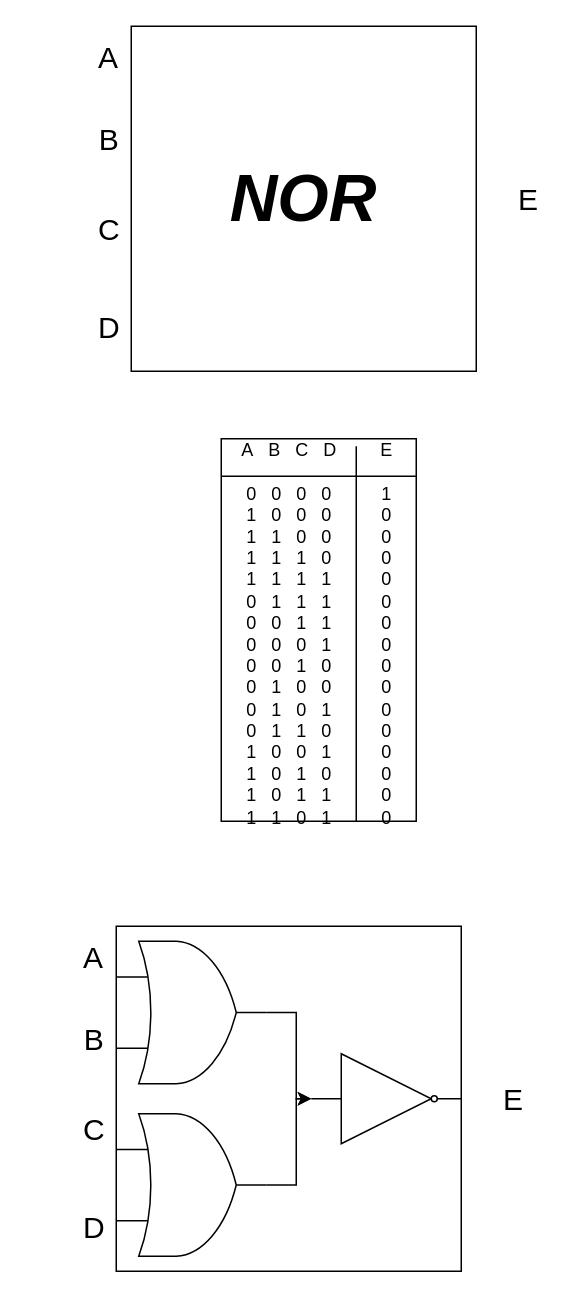
Before: task.drawio in patrick965/CSCS1200S21, a draw.io diagram. Source tidied: cells renumbered, new cells numbered last; positions are measured from the earlier drawing's top-left corner, leaving out a move shared by most shapes. Both pictures are drawn from the tidied source at 150%, with x=0, y=0 at pixel (63, 26).
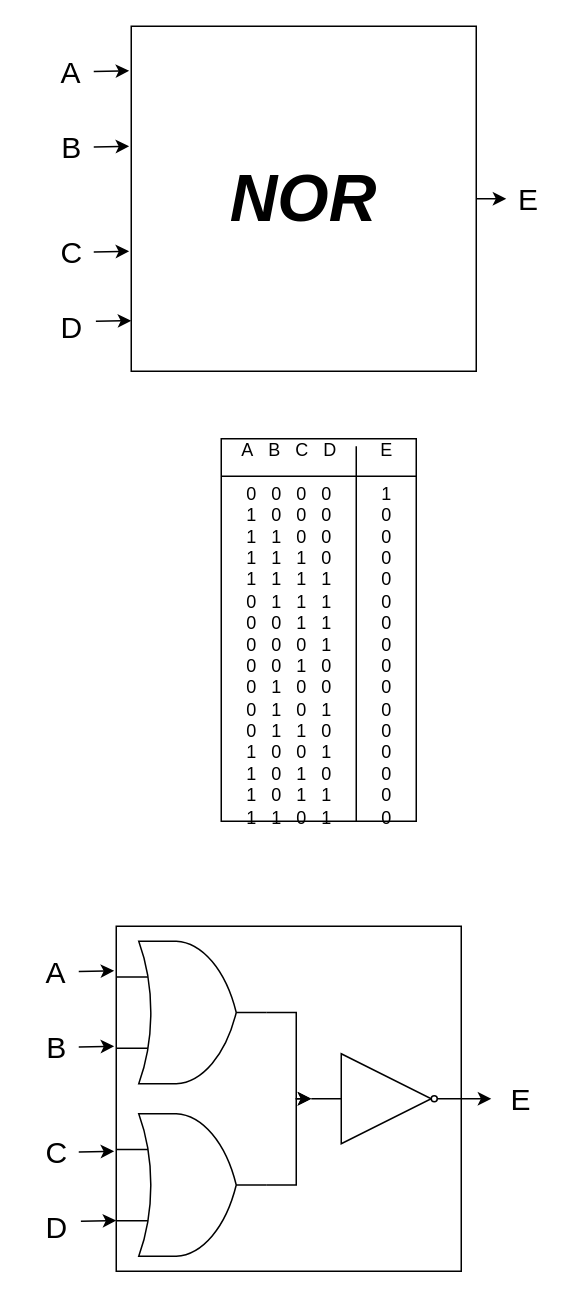
After the change.

Commit message:
Updated with arrows to indicate input and output

The change refers to these unchanged cells:
```xml
<mxCell id="2" style="whiteSpace=wrap;html=1;" parent="1" vertex="1">
  <mxGeometry x="45" width="230" height="230" as="geometry" />
</mxCell>
<mxCell id="14" style="whiteSpace=wrap;html=1;" parent="1" vertex="1">
  <mxGeometry x="35" y="600" width="230" height="230" as="geometry" />
</mxCell>
<mxCell id="23" style="verticalLabelPosition=bottom;shadow=0;dashed=0;align=center;html=1;verticalAlign=top;shape=mxgraph.electrical.logic_gates.logic_gate;operation=or;fillColor=#ffffff;" parent="1" vertex="1">
  <mxGeometry x="35" y="725" width="100" height="95" as="geometry" />
</mxCell>
```

What changed in the source:
```diff
@@
-    <mxCell id="4" value="&lt;font style=&quot;font-size: 20px&quot;&gt;A&lt;/font&gt;" style="text;html=1;strokeColor=none;fillColor=none;align=center;verticalAlign=middle;whiteSpace=wrap;rounded=0;" parent="1" vertex="1">
-      <mxGeometry x="10" y="10" width="40" height="20" as="geometry" />
-    </mxCell>
-    <mxCell id="5" value="&lt;font style=&quot;font-size: 20px&quot;&gt;B&lt;/font&gt;" style="text;html=1;align=center;verticalAlign=middle;" parent="1" vertex="1">
-      <mxGeometry x="15" y="65" width="30" height="20" as="geometry" />
-    </mxCell>
-    <mxCell id="6" value="&lt;font style=&quot;font-size: 20px&quot;&gt;C&lt;/font&gt;" style="text;html=1;align=center;verticalAlign=middle;" parent="1" vertex="1">
-      <mxGeometry x="15" y="125" width="30" height="20" as="geometry" />
-    </mxCell>
-    <mxCell id="7" value="&lt;font style=&quot;font-size: 20px&quot;&gt;D&lt;/font&gt;" style="text;html=1;align=center;verticalAlign=middle;points=[];" parent="1" vertex="1">
-      <mxGeometry x="15" y="190" width="30" height="20" as="geometry" />
-    </mxCell>
@@
     <mxCell id="15" value="&lt;font style=&quot;font-size: 20px&quot;&gt;A&lt;/font&gt;" style="text;html=1;strokeColor=none;fillColor=none;align=center;verticalAlign=middle;whiteSpace=wrap;rounded=0;" parent="1" vertex="1">
-      <mxGeometry y="610" width="40" height="20" as="geometry" />
+      <mxGeometry x="-25" y="620" width="40" height="20" as="geometry" />
     </mxCell>
     <mxCell id="16" value="&lt;font style=&quot;font-size: 20px&quot;&gt;B&lt;/font&gt;" style="text;html=1;align=center;verticalAlign=middle;" parent="1" vertex="1">
-      <mxGeometry x="5" y="665" width="30" height="20" as="geometry" />
+      <mxGeometry x="-20" y="670" width="30" height="20" as="geometry" />
     </mxCell>
     <mxCell id="17" value="&lt;font style=&quot;font-size: 20px&quot;&gt;C&lt;/font&gt;" style="text;html=1;align=center;verticalAlign=middle;" parent="1" vertex="1">
-      <mxGeometry x="5" y="725" width="30" height="20" as="geometry" />
+      <mxGeometry x="-20" y="740" width="30" height="20" as="geometry" />
     </mxCell>
     <mxCell id="18" value="&lt;font style=&quot;font-size: 20px&quot;&gt;D&lt;/font&gt;" style="text;html=1;align=center;verticalAlign=middle;points=[];" parent="1" vertex="1">
-      <mxGeometry x="5" y="790" width="30" height="20" as="geometry" />
+      <mxGeometry x="-20" y="790" width="30" height="20" as="geometry" />
     </mxCell>
     <mxCell id="19" value="&lt;font style=&quot;font-size: 20px&quot;&gt;E&lt;/font&gt;" style="text;html=1;strokeColor=none;fillColor=none;align=center;verticalAlign=middle;whiteSpace=wrap;rounded=0;" parent="1" vertex="1">
-      <mxGeometry x="280" y="705" width="40" height="20" as="geometry" />
+      <mxGeometry x="285" y="705" width="40" height="20" as="geometry" />
     </mxCell>
@@
+    <mxCell id="25" style="endArrow=classic;html=1;exitX=1.048;exitY=0.336;exitDx=0;exitDy=0;exitPerimeter=0;entryX=0;entryY=0.75;entryDx=0;entryDy=0;entryPerimeter=0;" parent="1" edge="1" source="18" target="23">
+      <mxGeometry relative="1" as="geometry" />
+    </mxCell>
+    <mxCell id="26" style="endArrow=classic;html=1;exitX=1.048;exitY=0.336;exitDx=0;exitDy=0;exitPerimeter=0;entryX=0;entryY=0.75;entryDx=0;entryDy=0;entryPerimeter=0;" parent="1" edge="1">
+      <mxGeometry relative="1" as="geometry">
+        <mxPoint x="10" y="750.5" as="sourcePoint" />
+        <mxPoint x="33.6" y="750" as="targetPoint" />
+      </mxGeometry>
+    </mxCell>
+    <mxCell id="27" style="endArrow=classic;html=1;exitX=1.048;exitY=0.336;exitDx=0;exitDy=0;exitPerimeter=0;entryX=0;entryY=0.75;entryDx=0;entryDy=0;entryPerimeter=0;" parent="1" edge="1">
+      <mxGeometry relative="1" as="geometry">
+        <mxPoint x="10" y="680.5" as="sourcePoint" />
+        <mxPoint x="33.6" y="680" as="targetPoint" />
+      </mxGeometry>
+    </mxCell>
+    <mxCell id="28" style="endArrow=classic;html=1;exitX=1.048;exitY=0.336;exitDx=0;exitDy=0;exitPerimeter=0;entryX=0;entryY=0.75;entryDx=0;entryDy=0;entryPerimeter=0;" parent="1" edge="1">
+      <mxGeometry relative="1" as="geometry">
+        <mxPoint x="10" y="630.2" as="sourcePoint" />
+        <mxPoint x="33.6" y="629.7" as="targetPoint" />
+      </mxGeometry>
+    </mxCell>
+    <mxCell id="4" value="&lt;font style=&quot;font-size: 20px&quot;&gt;A&lt;/font&gt;" style="text;html=1;strokeColor=none;fillColor=none;align=center;verticalAlign=middle;whiteSpace=wrap;rounded=0;" parent="1" vertex="1">
+      <mxGeometry x="-15" y="20" width="40" height="20" as="geometry" />
+    </mxCell>
+    <mxCell id="5" value="&lt;font style=&quot;font-size: 20px&quot;&gt;B&lt;/font&gt;" style="text;html=1;align=center;verticalAlign=middle;" parent="1" vertex="1">
+      <mxGeometry x="-10" y="70" width="30" height="20" as="geometry" />
+    </mxCell>
+    <mxCell id="6" value="&lt;font style=&quot;font-size: 20px&quot;&gt;C&lt;/font&gt;" style="text;html=1;align=center;verticalAlign=middle;" parent="1" vertex="1">
+      <mxGeometry x="-10" y="140" width="30" height="20" as="geometry" />
+    </mxCell>
+    <mxCell id="7" value="&lt;font style=&quot;font-size: 20px&quot;&gt;D&lt;/font&gt;" style="text;html=1;align=center;verticalAlign=middle;points=[];" parent="1" vertex="1">
+      <mxGeometry x="-10" y="190" width="30" height="20" as="geometry" />
+    </mxCell>
+    <mxCell id="29" style="endArrow=classic;html=1;exitX=1.048;exitY=0.336;exitDx=0;exitDy=0;exitPerimeter=0;entryX=0;entryY=0.75;entryDx=0;entryDy=0;entryPerimeter=0;" parent="1" edge="1" source="7">
+      <mxGeometry relative="1" as="geometry">
+        <mxPoint x="45" y="196.3" as="targetPoint" />
+      </mxGeometry>
+    </mxCell>
+    <mxCell id="30" style="endArrow=classic;html=1;exitX=1.048;exitY=0.336;exitDx=0;exitDy=0;exitPerimeter=0;entryX=0;entryY=0.75;entryDx=0;entryDy=0;entryPerimeter=0;" parent="1" edge="1">
+      <mxGeometry relative="1" as="geometry">
+        <mxPoint x="20" y="150.5" as="sourcePoint" />
+        <mxPoint x="43.6" y="150" as="targetPoint" />
+      </mxGeometry>
+    </mxCell>
+    <mxCell id="31" style="endArrow=classic;html=1;exitX=1.048;exitY=0.336;exitDx=0;exitDy=0;exitPerimeter=0;entryX=0;entryY=0.75;entryDx=0;entryDy=0;entryPerimeter=0;" parent="1" edge="1">
+      <mxGeometry relative="1" as="geometry">
+        <mxPoint x="20" y="80.5" as="sourcePoint" />
+        <mxPoint x="43.6" y="80" as="targetPoint" />
+      </mxGeometry>
+    </mxCell>
+    <mxCell id="32" style="endArrow=classic;html=1;exitX=1.048;exitY=0.336;exitDx=0;exitDy=0;exitPerimeter=0;entryX=0;entryY=0.75;entryDx=0;entryDy=0;entryPerimeter=0;" parent="1" edge="1">
+      <mxGeometry relative="1" as="geometry">
+        <mxPoint x="20" y="30.2" as="sourcePoint" />
+        <mxPoint x="43.6" y="29.7" as="targetPoint" />
+      </mxGeometry>
+    </mxCell>
+    <mxCell id="33" style="endArrow=classic;html=1;exitX=1;exitY=0.5;exitDx=0;exitDy=0;" parent="1" edge="1" source="14" target="19">
+      <mxGeometry relative="1" as="geometry" />
+    </mxCell>
+    <mxCell id="34" style="endArrow=classic;html=1;exitX=1;exitY=0.5;exitDx=0;exitDy=0;" parent="1" edge="1" source="2">
+      <mxGeometry relative="1" as="geometry">
+        <mxPoint x="295" y="115" as="targetPoint" />
+      </mxGeometry>
+    </mxCell>
```
